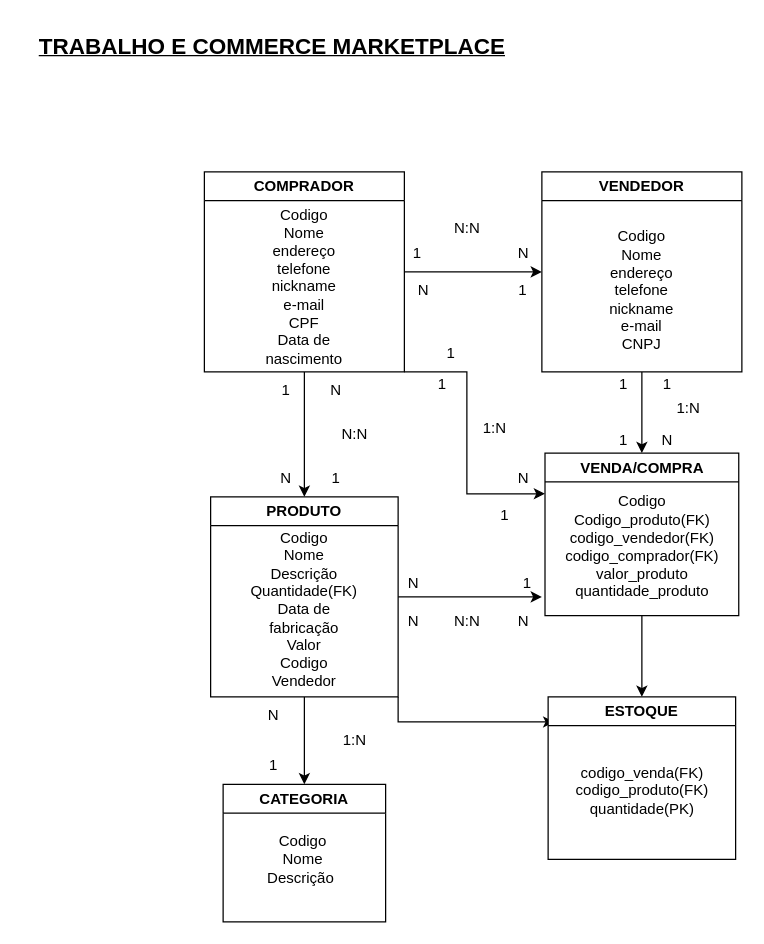
Above: Trabalho E-comerce .drawio in willtinoco97/Banco-de-Dados (draw.io), before the change. Source tidied: cells renumbered, new cells numbered last; positions are measured from the earlier drawing's top-left corner, leaving out a move shared by most shapes. Both pictures are drawn from the tidied source at 125%, with x=0, y=0 at pixel (21, 21).
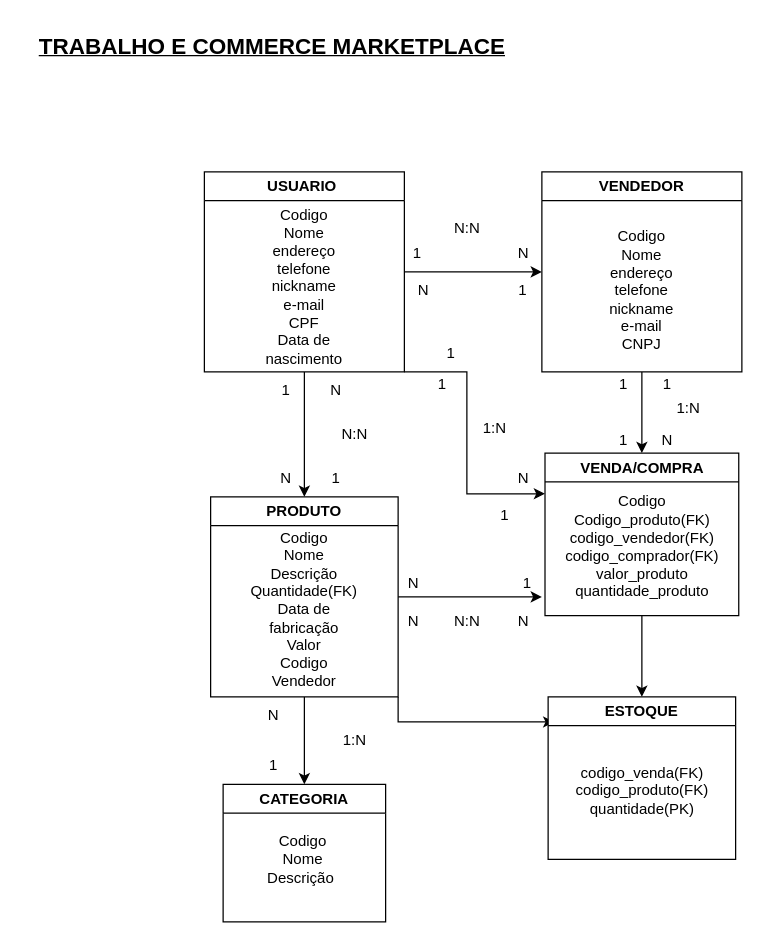
After the change.

Diff of the diagram source:
```diff
@@
-    <mxCell id="6" value="COMPRADOR" style="swimlane;whiteSpace=wrap;html=1;" parent="1" vertex="1">
+    <mxCell id="6" value="USUARIO&amp;nbsp;" style="swimlane;whiteSpace=wrap;html=1;" parent="1" vertex="1">
       <mxGeometry x="146" y="120" width="160" height="160" as="geometry" />
     </mxCell>
```
